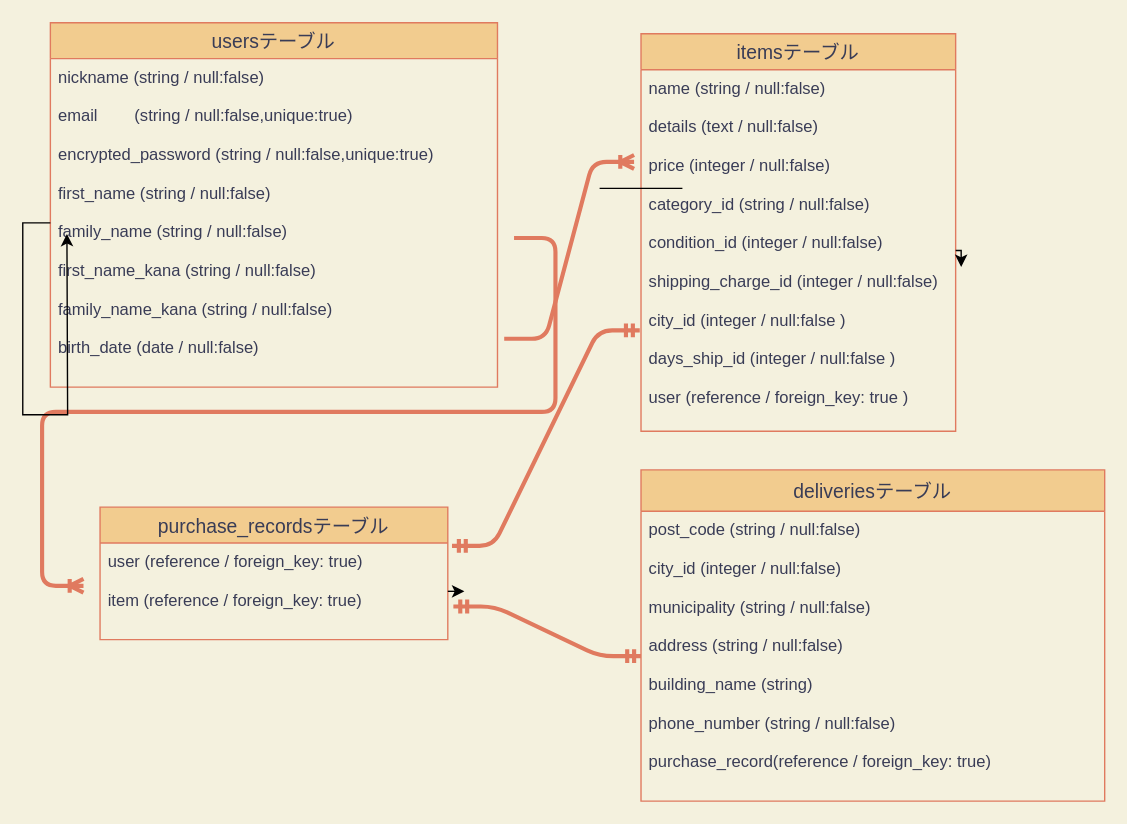
Earlier version of the draw.io diagram test.dio (kikuchi890519/furima-35249). Source tidied: cells renumbered, new cells numbered last; positions are measured from the earlier drawing's top-left corner, leaving out a move shared by most shapes. Both pictures are drawn from the tidied source at 138%, with x=0, y=0 at pixel (50, 22).
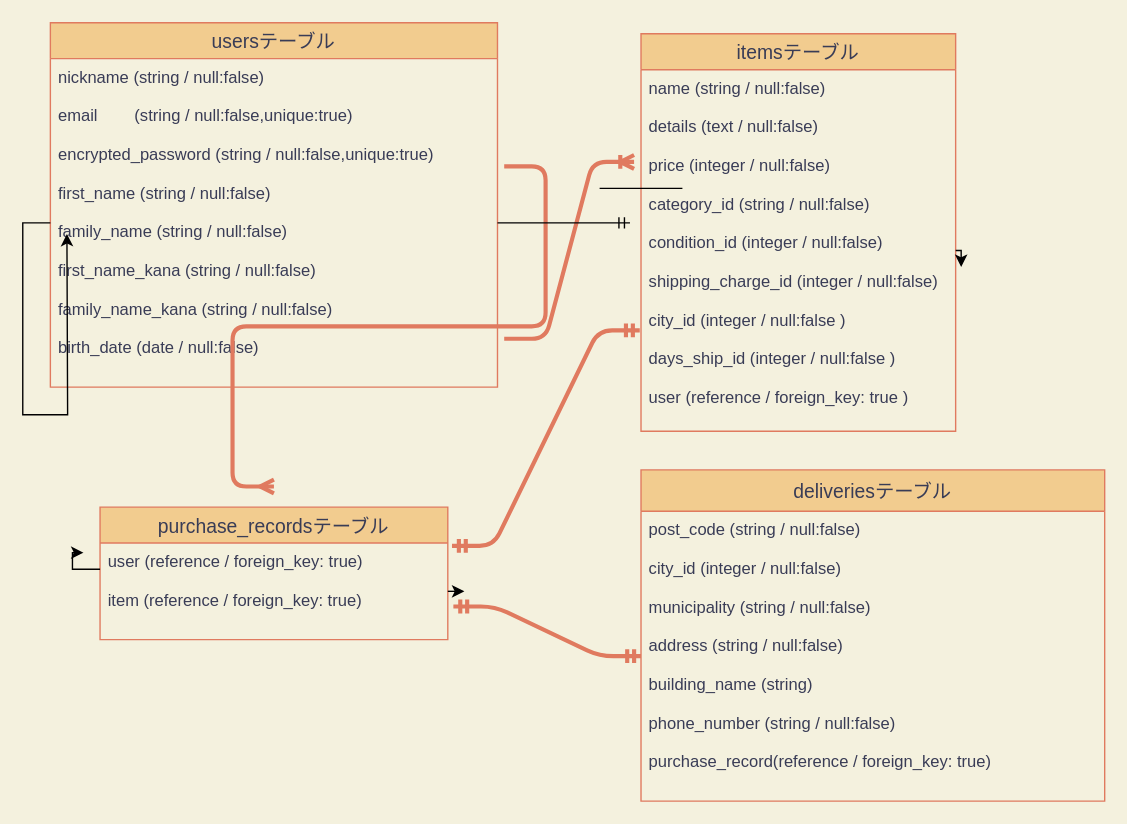
Above is the later version.

The change refers to these unchanged cells:
```xml
<mxCell id="3" value="user (reference / foreign_key: true)&#10;&#10;item (reference / foreign_key: true)" style="text;strokeColor=none;fillColor=none;spacingLeft=4;spacingRight=4;overflow=hidden;points=[[0,0.5],[1,0.5]];portConstraint=eastwest;fontSize=12;fontColor=#393C56;" parent="2" vertex="1">
  <mxGeometry y="26" width="252" height="70" as="geometry" />
</mxCell>
<mxCell id="10" value="nickname (string / null:false)&#10;&#10;email        (string / null:false,unique:true)&#10;&#10;encrypted_password (string / null:false,unique:true)&#10;&#10;first_name (string / null:false)&#10;&#10;family_name (string / null:false)&#10;&#10;first_name_kana (string / null:false)&#10;&#10;family_name_kana (string / null:false)&#10;&#10;birth_date (date / null:false)&#10;&#10;" style="text;strokeColor=none;fillColor=none;spacingLeft=4;spacingRight=4;overflow=hidden;points=[[0,0.5],[1,0.5]];portConstraint=eastwest;fontSize=12;fontColor=#393C56;" parent="9" vertex="1">
  <mxGeometry y="26" width="324" height="238" as="geometry" />
</mxCell>
```

What changed in the source:
```diff
@@
-    <mxCell id="15" style="edgeStyle=entityRelationEdgeStyle;fontSize=12;html=1;endArrow=ERoneToMany;strokeColor=#E07A5F;strokeWidth=3;fillColor=#F2CC8F;" parent="1" edge="1">
+    <mxCell id="15" style="edgeStyle=entityRelationEdgeStyle;fontSize=12;html=1;endArrow=ERmany;strokeColor=#E07A5F;strokeWidth=3;fillColor=#F2CC8F;exitX=1.015;exitY=0.328;exitDx=0;exitDy=0;exitPerimeter=0;endFill=0;" parent="1" edge="1" source="10">
       <mxGeometry relative="1" as="geometry">
-        <mxPoint x="336" y="156" as="sourcePoint" />
-        <mxPoint x="24" y="408" as="targetPoint" />
+        <mxPoint x="162" y="336" as="targetPoint" />
       </mxGeometry>
     </mxCell>
@@
+    <mxCell id="19" style="edgeStyle=orthogonalEdgeStyle;rounded=0;jettySize=auto;html=1;" parent="1" edge="1" source="3">
+      <mxGeometry relative="1" as="geometry">
+        <mxPoint x="24" y="384" as="targetPoint" />
+        <Array as="points">
+          <mxPoint x="16" y="396" />
+          <mxPoint x="16" y="384" />
+        </Array>
+      </mxGeometry>
+    </mxCell>
+    <mxCell id="20" style="edgeStyle=orthogonalEdgeStyle;rounded=0;jettySize=auto;html=1;exitX=1;exitY=0.5;exitDx=0;exitDy=0;endArrow=ERmandOne;endFill=0;" parent="1" edge="1" source="10">
+      <mxGeometry relative="1" as="geometry">
+        <mxPoint x="420" y="145" as="targetPoint" />
+      </mxGeometry>
+    </mxCell>
```
